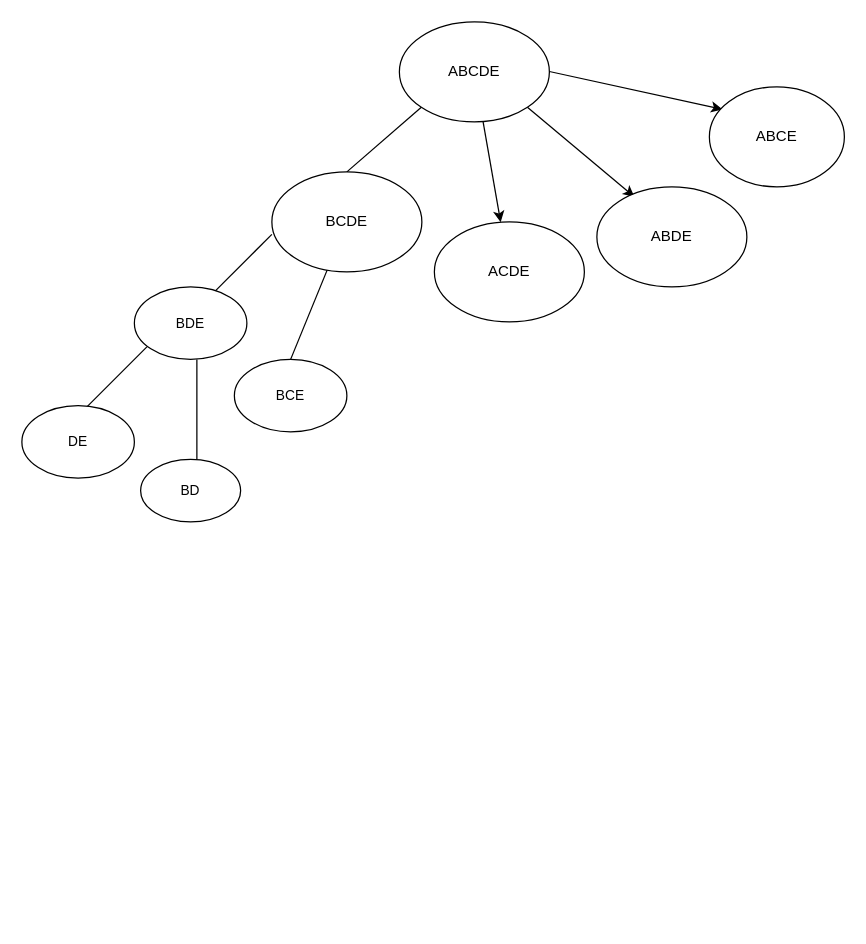
Earlier version of the draw.io diagram Untitled Diagram.drawio (Gury1469/Algorithms_practice). Source tidied: cells renumbered, new cells numbered last; positions are measured from the earlier drawing's top-left corner, leaving out a move shared by most shapes. Both pictures are drawn from the tidied source at 125%, with x=0, y=0 at pixel (21, 21).
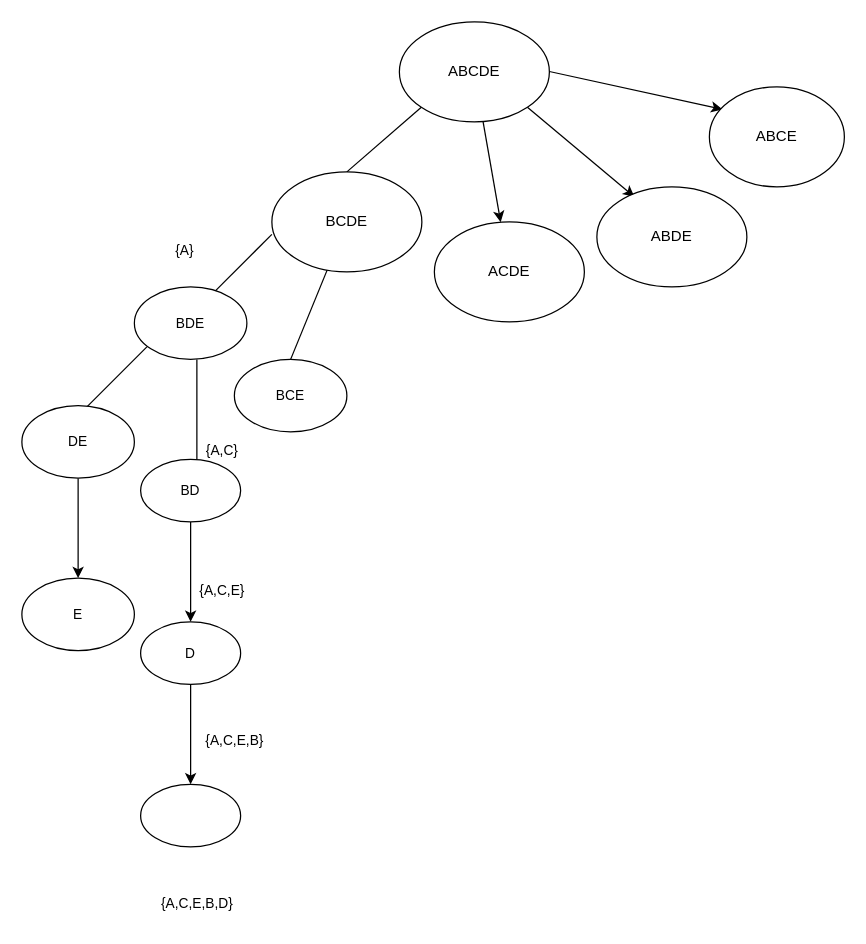
The same page after the edit.

The change refers to these unchanged cells:
```xml
<mxCell id="16" value="DE" style="ellipse;whiteSpace=wrap;html=1;fontFamily=Helvetica;fontSize=11;fontColor=default;" parent="1" vertex="1">
  <mxGeometry y="307" width="90" height="58" as="geometry" />
</mxCell>
<mxCell id="18" value="BD" style="ellipse;whiteSpace=wrap;html=1;fontFamily=Helvetica;fontSize=11;fontColor=default;" parent="1" vertex="1">
  <mxGeometry x="95" y="350" width="80" height="50" as="geometry" />
</mxCell>
```

Diff of the diagram source:
```diff
@@
+    <mxCell id="19" style="edgeStyle=none;shape=connector;rounded=0;jettySize=auto;html=1;labelBackgroundColor=default;strokeColor=default;align=center;verticalAlign=middle;fontFamily=Helvetica;fontSize=11;fontColor=default;endArrow=classic;" parent="1" edge="1" source="16" target="21">
+      <mxGeometry relative="1" as="geometry" />
+    </mxCell>
@@
+    <mxCell id="20" style="edgeStyle=none;shape=connector;rounded=0;jettySize=auto;html=1;labelBackgroundColor=default;strokeColor=default;align=center;verticalAlign=middle;fontFamily=Helvetica;fontSize=11;fontColor=default;endArrow=classic;" parent="1" edge="1" source="18" target="23">
+      <mxGeometry relative="1" as="geometry" />
+    </mxCell>
@@
+    <mxCell id="21" value="E" style="ellipse;whiteSpace=wrap;html=1;fontFamily=Helvetica;fontSize=11;fontColor=default;" parent="1" vertex="1">
+      <mxGeometry y="445" width="90" height="58" as="geometry" />
+    </mxCell>
+    <mxCell id="22" style="edgeStyle=none;shape=connector;rounded=0;jettySize=auto;html=1;labelBackgroundColor=default;strokeColor=default;align=center;verticalAlign=middle;fontFamily=Helvetica;fontSize=11;fontColor=default;endArrow=classic;" parent="1" edge="1" source="23" target="24">
+      <mxGeometry relative="1" as="geometry" />
+    </mxCell>
+    <mxCell id="23" value="D" style="ellipse;whiteSpace=wrap;html=1;fontFamily=Helvetica;fontSize=11;fontColor=default;" parent="1" vertex="1">
+      <mxGeometry x="95" y="480" width="80" height="50" as="geometry" />
+    </mxCell>
+    <mxCell id="24" style="ellipse;whiteSpace=wrap;html=1;fontFamily=Helvetica;fontSize=11;fontColor=default;" parent="1" vertex="1">
+      <mxGeometry x="95" y="610" width="80" height="50" as="geometry" />
+    </mxCell>
+    <mxCell id="25" value="{A}" style="text;html=1;align=center;verticalAlign=middle;strokeColor=none;fillColor=none;fontSize=11;fontFamily=Helvetica;fontColor=default;" parent="1" vertex="1">
+      <mxGeometry x="110" y="168" width="40" height="30" as="geometry" />
+    </mxCell>
+    <mxCell id="26" value="{A,C}" style="text;html=1;align=center;verticalAlign=middle;strokeColor=none;fillColor=none;fontSize=11;fontFamily=Helvetica;fontColor=default;" parent="1" vertex="1">
+      <mxGeometry x="135" y="328" width="50" height="30" as="geometry" />
+    </mxCell>
+    <mxCell id="27" value="{A,C,E}" style="text;html=1;align=center;verticalAlign=middle;strokeColor=none;fillColor=none;fontSize=11;fontFamily=Helvetica;fontColor=default;" parent="1" vertex="1">
+      <mxGeometry x="130" y="440" width="60" height="30" as="geometry" />
+    </mxCell>
+    <mxCell id="28" value="{A,C,E,B}" style="text;html=1;align=center;verticalAlign=middle;strokeColor=none;fillColor=none;fontSize=11;fontFamily=Helvetica;fontColor=default;" parent="1" vertex="1">
+      <mxGeometry x="135" y="560" width="70" height="30" as="geometry" />
+    </mxCell>
+    <mxCell id="29" value="{A,C,E,B,D}" style="text;html=1;align=center;verticalAlign=middle;strokeColor=none;fillColor=none;fontSize=11;fontFamily=Helvetica;fontColor=default;" parent="1" vertex="1">
+      <mxGeometry x="100" y="690" width="80" height="30" as="geometry" />
+    </mxCell>
```
